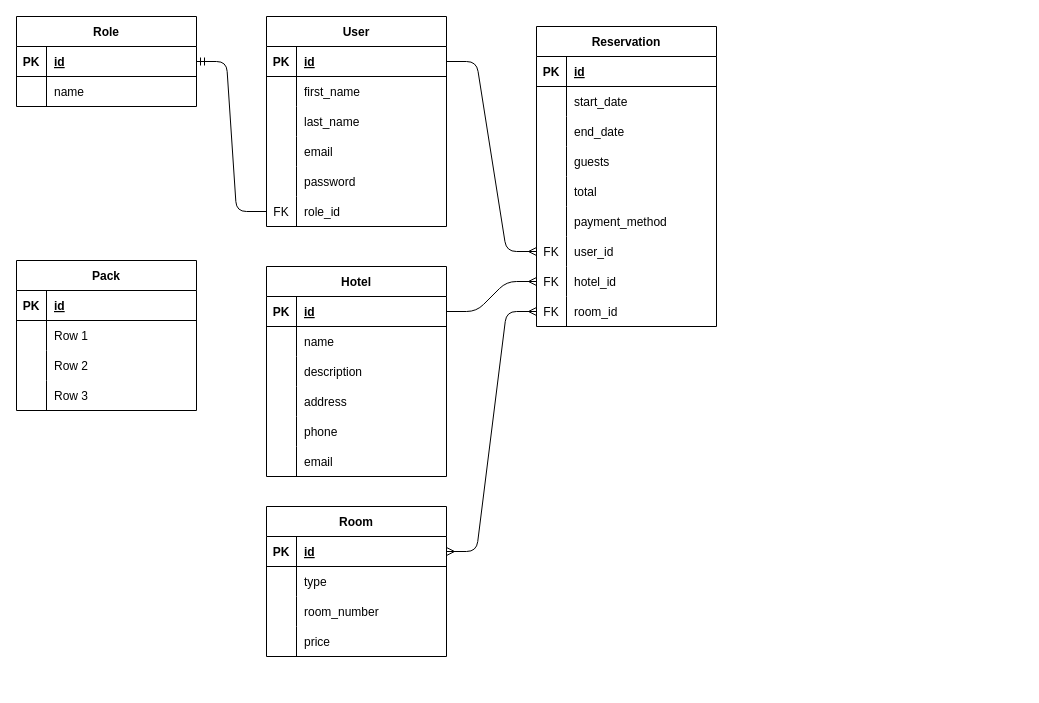
This is backend/src/database/diagrama-er.dio from agomezjuan/digital-booking, a draw.io file, before an edit. Source tidied: cells renumbered, new cells numbered last; positions are measured from the earlier drawing's top-left corner, leaving out a move shared by most shapes. Both pictures are drawn from the tidied source at 100%, with x=0, y=0 at pixel (16, 16).
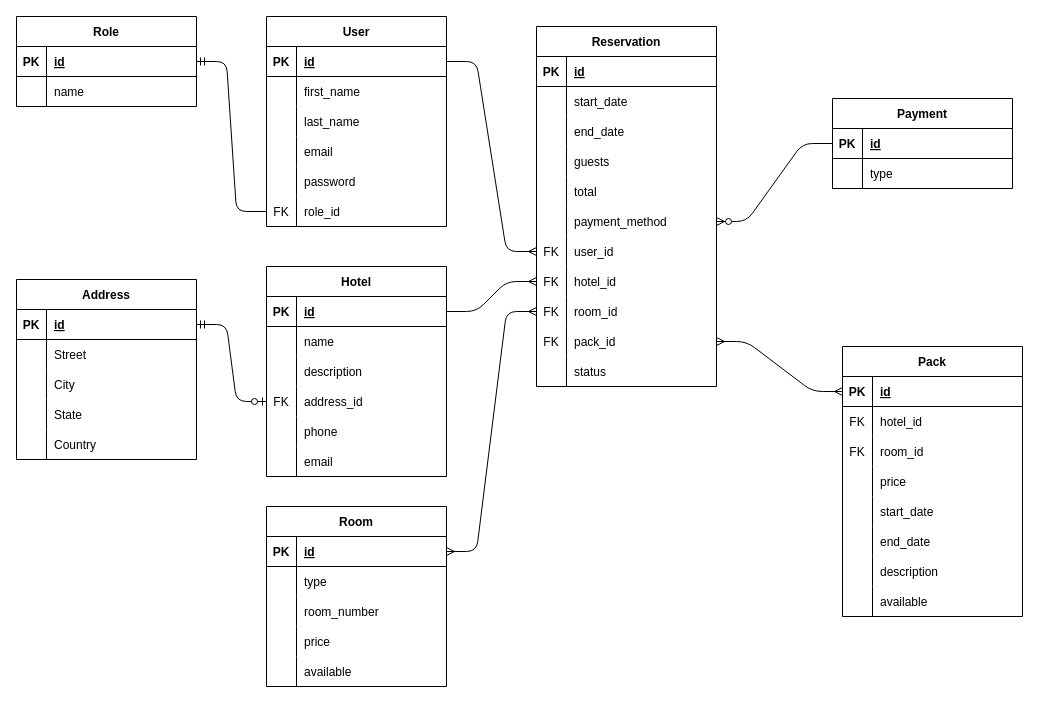
Above is the later version.

Unchanged cells that the change refers to:
```xml
<mxCell id="39" style="shape=tableRow;horizontal=0;startSize=0;swimlaneHead=0;swimlaneBody=0;fillColor=none;points=[[0,0.5],[1,0.5]];portConstraint=eastwest;top=0;left=0;right=0;bottom=0;" parent="29" vertex="1">
  <mxGeometry y="120" width="180" height="30" as="geometry" />
</mxCell>
<mxCell id="65" style="shape=tableRow;horizontal=0;startSize=0;swimlaneHead=0;swimlaneBody=0;fillColor=none;points=[[0,0.5],[1,0.5]];portConstraint=eastwest;top=0;left=0;right=0;bottom=0;" parent="48" vertex="1">
  <mxGeometry y="180" width="180" height="30" as="geometry" />
</mxCell>
<mxCell id="94" style="shape=tableRow;horizontal=0;startSize=0;swimlaneHead=0;swimlaneBody=0;fillColor=none;points=[[0,0.5],[1,0.5]];portConstraint=eastwest;top=0;left=0;right=0;bottom=1;" parent="93" vertex="1">
  <mxGeometry y="30" width="180" height="30" as="geometry" />
</mxCell>
```

The edit, as a diff of the source:
```diff
@@
-    <mxCell id="40" style="shape=partialRectangle;fillColor=none;top=0;left=0;bottom=0;right=0;overflow=hidden;" parent="39" vertex="1">
+    <mxCell id="40" value="FK" style="shape=partialRectangle;fillColor=none;top=0;left=0;bottom=0;right=0;overflow=hidden;" parent="39" vertex="1">
       <mxGeometry width="30" height="30" as="geometry" />
     </mxCell>
-    <mxCell id="41" value="address" style="shape=partialRectangle;fillColor=none;top=0;left=0;bottom=0;right=0;align=left;spacingLeft=6;overflow=hidden;" parent="39" vertex="1">
+    <mxCell id="41" value="address_id" style="shape=partialRectangle;fillColor=none;top=0;left=0;bottom=0;right=0;align=left;spacingLeft=6;overflow=hidden;" parent="39" vertex="1">
       <mxGeometry x="30" width="150" height="30" as="geometry" />
     </mxCell>
@@
     <mxCell id="48" value="Reservation" style="shape=table;startSize=30;childLayout=tableLayout;rowLines=0;fontStyle=1;align=center;" parent="1" vertex="1">
-      <mxGeometry x="520" y="10" width="180" height="300" as="geometry" />
+      <mxGeometry x="520" y="10" width="180" height="360" as="geometry" />
     </mxCell>
@@
+    <mxCell id="106" style="shape=tableRow;horizontal=0;startSize=0;swimlaneHead=0;swimlaneBody=0;fillColor=none;points=[[0,0.5],[1,0.5]];portConstraint=eastwest;top=0;left=0;right=0;bottom=0;" parent="48" vertex="1">
+      <mxGeometry y="300" width="180" height="30" as="geometry" />
+    </mxCell>
+    <mxCell id="107" value="FK" style="shape=partialRectangle;fillColor=none;top=0;left=0;bottom=0;right=0;overflow=hidden;" parent="106" vertex="1">
+      <mxGeometry width="30" height="30" as="geometry" />
+    </mxCell>
+    <mxCell id="108" value="pack_id" style="shape=partialRectangle;fillColor=none;top=0;left=0;bottom=0;right=0;align=left;spacingLeft=6;overflow=hidden;" parent="106" vertex="1">
+      <mxGeometry x="30" width="150" height="30" as="geometry" />
+    </mxCell>
+    <mxCell id="109" style="shape=tableRow;horizontal=0;startSize=0;swimlaneHead=0;swimlaneBody=0;fillColor=none;top=0;left=0;right=0;bottom=0;" parent="48" vertex="1">
+      <mxGeometry y="330" width="180" height="30" as="geometry" />
+    </mxCell>
+    <mxCell id="110" style="shape=partialRectangle;fillColor=none;top=0;left=0;bottom=0;right=0;overflow=hidden;" parent="109" vertex="1">
+      <mxGeometry width="30" height="30" as="geometry" />
+    </mxCell>
+    <mxCell id="111" value="status" style="shape=partialRectangle;fillColor=none;top=0;left=0;bottom=0;right=0;align=left;spacingLeft=6;overflow=hidden;" parent="109" vertex="1">
+      <mxGeometry x="30" width="150" height="30" as="geometry" />
+    </mxCell>
     <mxCell id="77" value="Room" style="shape=table;startSize=30;childLayout=tableLayout;rowLines=0;fontStyle=1;align=center;" parent="1" vertex="1">
-      <mxGeometry x="250" y="490" width="180" height="150" as="geometry" />
+      <mxGeometry x="250" y="490" width="180" height="180" as="geometry" />
     </mxCell>
@@
+    <mxCell id="112" style="shape=tableRow;horizontal=0;startSize=0;swimlaneHead=0;swimlaneBody=0;fillColor=none;top=0;left=0;right=0;bottom=0;" parent="77" vertex="1">
+      <mxGeometry y="150" width="180" height="30" as="geometry" />
+    </mxCell>
+    <mxCell id="113" style="shape=partialRectangle;fillColor=none;top=0;left=0;bottom=0;right=0;overflow=hidden;" parent="112" vertex="1">
+      <mxGeometry width="30" height="30" as="geometry" />
+    </mxCell>
+    <mxCell id="114" value="available" style="shape=partialRectangle;fillColor=none;top=0;left=0;bottom=0;right=0;align=left;spacingLeft=6;overflow=hidden;" parent="112" vertex="1">
+      <mxGeometry x="30" width="150" height="30" as="geometry" />
+    </mxCell>
@@
     <mxCell id="93" value="Pack" style="shape=table;startSize=30;childLayout=tableLayout;rowLines=0;fontStyle=1;align=center;" parent="1" vertex="1">
-      <mxGeometry y="244" width="180" height="150" as="geometry" />
+      <mxGeometry x="826" y="330" width="180" height="270" as="geometry" />
     </mxCell>
@@
-    <mxCell id="97" style="shape=tableRow;horizontal=0;startSize=0;swimlaneHead=0;swimlaneBody=0;fillColor=none;top=0;left=0;right=0;bottom=0;" parent="93" vertex="1">
-      <mxGeometry y="60" width="180" height="30" as="geometry" />
-    </mxCell>
-    <mxCell id="98" style="shape=partialRectangle;fillColor=none;top=0;left=0;bottom=0;right=0;overflow=hidden;" parent="97" vertex="1">
-      <mxGeometry width="30" height="30" as="geometry" />
-    </mxCell>
-    <mxCell id="99" value="Row 1" style="shape=partialRectangle;fillColor=none;top=0;left=0;bottom=0;right=0;align=left;spacingLeft=6;overflow=hidden;" parent="97" vertex="1">
-      <mxGeometry x="30" width="150" height="30" as="geometry" />
-    </mxCell>
     <mxCell id="100" style="shape=tableRow;horizontal=0;startSize=0;swimlaneHead=0;swimlaneBody=0;fillColor=none;top=0;left=0;right=0;bottom=0;" parent="93" vertex="1">
-      <mxGeometry y="90" width="180" height="30" as="geometry" />
+      <mxGeometry y="60" width="180" height="30" as="geometry" />
     </mxCell>
-    <mxCell id="101" style="shape=partialRectangle;fillColor=none;top=0;left=0;bottom=0;right=0;overflow=hidden;" parent="100" vertex="1">
+    <mxCell id="101" value="FK" style="shape=partialRectangle;fillColor=none;top=0;left=0;bottom=0;right=0;overflow=hidden;" parent="100" vertex="1">
       <mxGeometry width="30" height="30" as="geometry" />
     </mxCell>
-    <mxCell id="102" value="Row 2" style="shape=partialRectangle;fillColor=none;top=0;left=0;bottom=0;right=0;align=left;spacingLeft=6;overflow=hidden;" parent="100" vertex="1">
+    <mxCell id="102" value="hotel_id" style="shape=partialRectangle;fillColor=none;top=0;left=0;bottom=0;right=0;align=left;spacingLeft=6;overflow=hidden;" parent="100" vertex="1">
       <mxGeometry x="30" width="150" height="30" as="geometry" />
     </mxCell>
     <mxCell id="103" style="shape=tableRow;horizontal=0;startSize=0;swimlaneHead=0;swimlaneBody=0;fillColor=none;top=0;left=0;right=0;bottom=0;" parent="93" vertex="1">
-      <mxGeometry y="120" width="180" height="30" as="geometry" />
+      <mxGeometry y="90" width="180" height="30" as="geometry" />
     </mxCell>
-    <mxCell id="104" style="shape=partialRectangle;fillColor=none;top=0;left=0;bottom=0;right=0;overflow=hidden;" parent="103" vertex="1">
+    <mxCell id="104" value="FK" style="shape=partialRectangle;fillColor=none;top=0;left=0;bottom=0;right=0;overflow=hidden;" parent="103" vertex="1">
       <mxGeometry width="30" height="30" as="geometry" />
     </mxCell>
-    <mxCell id="105" value="Row 3" style="shape=partialRectangle;fillColor=none;top=0;left=0;bottom=0;right=0;align=left;spacingLeft=6;overflow=hidden;" parent="103" vertex="1">
+    <mxCell id="105" value="room_id" style="shape=partialRectangle;fillColor=none;top=0;left=0;bottom=0;right=0;align=left;spacingLeft=6;overflow=hidden;" parent="103" vertex="1">
       <mxGeometry x="30" width="150" height="30" as="geometry" />
     </mxCell>
+    <mxCell id="115" style="shape=tableRow;horizontal=0;startSize=0;swimlaneHead=0;swimlaneBody=0;fillColor=none;top=0;left=0;right=0;bottom=0;" parent="93" vertex="1">
+      <mxGeometry y="120" width="180" height="30" as="geometry" />
+    </mxCell>
+    <mxCell id="116" style="shape=partialRectangle;fillColor=none;top=0;left=0;bottom=0;right=0;overflow=hidden;" parent="115" vertex="1">
+      <mxGeometry width="30" height="30" as="geometry" />
+    </mxCell>
+    <mxCell id="117" value="price" style="shape=partialRectangle;fillColor=none;top=0;left=0;bottom=0;right=0;align=left;spacingLeft=6;overflow=hidden;" parent="115" vertex="1">
+      <mxGeometry x="30" width="150" height="30" as="geometry" />
+    </mxCell>
+    <mxCell id="118" style="shape=tableRow;horizontal=0;startSize=0;swimlaneHead=0;swimlaneBody=0;fillColor=none;top=0;left=0;right=0;bottom=0;" parent="93" vertex="1">
+      <mxGeometry y="150" width="180" height="30" as="geometry" />
+    </mxCell>
+    <mxCell id="119" style="shape=partialRectangle;fillColor=none;top=0;left=0;bottom=0;right=0;overflow=hidden;" parent="118" vertex="1">
+      <mxGeometry width="30" height="30" as="geometry" />
+    </mxCell>
+    <mxCell id="120" value="start_date" style="shape=partialRectangle;fillColor=none;top=0;left=0;bottom=0;right=0;align=left;spacingLeft=6;overflow=hidden;" parent="118" vertex="1">
+      <mxGeometry x="30" width="150" height="30" as="geometry" />
+    </mxCell>
+    <mxCell id="121" style="shape=tableRow;horizontal=0;startSize=0;swimlaneHead=0;swimlaneBody=0;fillColor=none;top=0;left=0;right=0;bottom=0;" parent="93" vertex="1">
+      <mxGeometry y="180" width="180" height="30" as="geometry" />
+    </mxCell>
+    <mxCell id="122" style="shape=partialRectangle;fillColor=none;top=0;left=0;bottom=0;right=0;overflow=hidden;" parent="121" vertex="1">
+      <mxGeometry width="30" height="30" as="geometry" />
+    </mxCell>
+    <mxCell id="123" value="end_date" style="shape=partialRectangle;fillColor=none;top=0;left=0;bottom=0;right=0;align=left;spacingLeft=6;overflow=hidden;" parent="121" vertex="1">
+      <mxGeometry x="30" width="150" height="30" as="geometry" />
+    </mxCell>
+    <mxCell id="124" style="shape=tableRow;horizontal=0;startSize=0;swimlaneHead=0;swimlaneBody=0;fillColor=none;top=0;left=0;right=0;bottom=0;" parent="93" vertex="1">
+      <mxGeometry y="210" width="180" height="30" as="geometry" />
+    </mxCell>
+    <mxCell id="125" style="shape=partialRectangle;fillColor=none;top=0;left=0;bottom=0;right=0;overflow=hidden;" parent="124" vertex="1">
+      <mxGeometry width="30" height="30" as="geometry" />
+    </mxCell>
+    <mxCell id="126" value="description" style="shape=partialRectangle;fillColor=none;top=0;left=0;bottom=0;right=0;align=left;spacingLeft=6;overflow=hidden;" parent="124" vertex="1">
+      <mxGeometry x="30" width="150" height="30" as="geometry" />
+    </mxCell>
+    <mxCell id="127" style="shape=tableRow;horizontal=0;startSize=0;swimlaneHead=0;swimlaneBody=0;fillColor=none;top=0;left=0;right=0;bottom=0;" parent="93" vertex="1">
+      <mxGeometry y="240" width="180" height="30" as="geometry" />
+    </mxCell>
+    <mxCell id="128" style="shape=partialRectangle;fillColor=none;top=0;left=0;bottom=0;right=0;overflow=hidden;" parent="127" vertex="1">
+      <mxGeometry width="30" height="30" as="geometry" />
+    </mxCell>
+    <mxCell id="129" value="available" style="shape=partialRectangle;fillColor=none;top=0;left=0;bottom=0;right=0;align=left;spacingLeft=6;overflow=hidden;" parent="127" vertex="1">
+      <mxGeometry x="30" width="150" height="30" as="geometry" />
+    </mxCell>
+    <mxCell id="130" value="Payment" style="shape=table;startSize=30;childLayout=tableLayout;rowLines=0;fontStyle=1;align=center;" parent="1" vertex="1">
+      <mxGeometry x="816" y="82" width="180" height="90" as="geometry" />
+    </mxCell>
+    <mxCell id="131" style="shape=tableRow;horizontal=0;startSize=0;swimlaneHead=0;swimlaneBody=0;fillColor=none;points=[[0,0.5],[1,0.5]];portConstraint=eastwest;top=0;left=0;right=0;bottom=1;" parent="130" vertex="1">
+      <mxGeometry y="30" width="180" height="30" as="geometry" />
+    </mxCell>
+    <mxCell id="132" value="PK" style="shape=partialRectangle;fillColor=none;top=0;left=0;bottom=0;right=0;fontStyle=1;overflow=hidden;" parent="131" vertex="1">
+      <mxGeometry width="30" height="30" as="geometry" />
+    </mxCell>
+    <mxCell id="133" value="id" style="shape=partialRectangle;fillColor=none;top=0;left=0;bottom=0;right=0;align=left;spacingLeft=6;fontStyle=5;overflow=hidden;" parent="131" vertex="1">
+      <mxGeometry x="30" width="150" height="30" as="geometry" />
+    </mxCell>
+    <mxCell id="134" style="shape=tableRow;horizontal=0;startSize=0;swimlaneHead=0;swimlaneBody=0;fillColor=none;top=0;left=0;right=0;bottom=0;" parent="130" vertex="1">
+      <mxGeometry y="60" width="180" height="30" as="geometry" />
+    </mxCell>
+    <mxCell id="135" style="shape=partialRectangle;fillColor=none;top=0;left=0;bottom=0;right=0;overflow=hidden;" parent="134" vertex="1">
+      <mxGeometry width="30" height="30" as="geometry" />
+    </mxCell>
+    <mxCell id="136" value="type" style="shape=partialRectangle;fillColor=none;top=0;left=0;bottom=0;right=0;align=left;spacingLeft=6;overflow=hidden;" parent="134" vertex="1">
+      <mxGeometry x="30" width="150" height="30" as="geometry" />
+    </mxCell>
+    <mxCell id="137" value="Address" style="shape=table;startSize=30;childLayout=tableLayout;rowLines=0;fontStyle=1;align=center;" parent="1" vertex="1">
+      <mxGeometry y="263" width="180" height="180" as="geometry" />
+    </mxCell>
+    <mxCell id="138" style="shape=tableRow;horizontal=0;startSize=0;swimlaneHead=0;swimlaneBody=0;fillColor=none;points=[[0,0.5],[1,0.5]];portConstraint=eastwest;top=0;left=0;right=0;bottom=1;" parent="137" vertex="1">
+      <mxGeometry y="30" width="180" height="30" as="geometry" />
+    </mxCell>
+    <mxCell id="139" value="PK" style="shape=partialRectangle;fillColor=none;top=0;left=0;bottom=0;right=0;fontStyle=1;overflow=hidden;" parent="138" vertex="1">
+      <mxGeometry width="30" height="30" as="geometry" />
+    </mxCell>
+    <mxCell id="140" value="id" style="shape=partialRectangle;fillColor=none;top=0;left=0;bottom=0;right=0;align=left;spacingLeft=6;fontStyle=5;overflow=hidden;" parent="138" vertex="1">
+      <mxGeometry x="30" width="150" height="30" as="geometry" />
+    </mxCell>
+    <mxCell id="141" style="shape=tableRow;horizontal=0;startSize=0;swimlaneHead=0;swimlaneBody=0;fillColor=none;top=0;left=0;right=0;bottom=0;" parent="137" vertex="1">
+      <mxGeometry y="60" width="180" height="30" as="geometry" />
+    </mxCell>
+    <mxCell id="142" style="shape=partialRectangle;fillColor=none;top=0;left=0;bottom=0;right=0;overflow=hidden;" parent="141" vertex="1">
+      <mxGeometry width="30" height="30" as="geometry" />
+    </mxCell>
+    <mxCell id="143" value="Street" style="shape=partialRectangle;fillColor=none;top=0;left=0;bottom=0;right=0;align=left;spacingLeft=6;overflow=hidden;" parent="141" vertex="1">
+      <mxGeometry x="30" width="150" height="30" as="geometry" />
+    </mxCell>
+    <mxCell id="144" style="shape=tableRow;horizontal=0;startSize=0;swimlaneHead=0;swimlaneBody=0;fillColor=none;top=0;left=0;right=0;bottom=0;" parent="137" vertex="1">
+      <mxGeometry y="90" width="180" height="30" as="geometry" />
+    </mxCell>
+    <mxCell id="145" style="shape=partialRectangle;fillColor=none;top=0;left=0;bottom=0;right=0;overflow=hidden;" parent="144" vertex="1">
+      <mxGeometry width="30" height="30" as="geometry" />
+    </mxCell>
+    <mxCell id="146" value="City" style="shape=partialRectangle;fillColor=none;top=0;left=0;bottom=0;right=0;align=left;spacingLeft=6;overflow=hidden;" parent="144" vertex="1">
+      <mxGeometry x="30" width="150" height="30" as="geometry" />
+    </mxCell>
+    <mxCell id="147" style="shape=tableRow;horizontal=0;startSize=0;swimlaneHead=0;swimlaneBody=0;fillColor=none;top=0;left=0;right=0;bottom=0;" parent="137" vertex="1">
+      <mxGeometry y="120" width="180" height="30" as="geometry" />
+    </mxCell>
+    <mxCell id="148" style="shape=partialRectangle;fillColor=none;top=0;left=0;bottom=0;right=0;overflow=hidden;" parent="147" vertex="1">
+      <mxGeometry width="30" height="30" as="geometry" />
+    </mxCell>
+    <mxCell id="149" value="State" style="shape=partialRectangle;fillColor=none;top=0;left=0;bottom=0;right=0;align=left;spacingLeft=6;overflow=hidden;" parent="147" vertex="1">
+      <mxGeometry x="30" width="150" height="30" as="geometry" />
+    </mxCell>
+    <mxCell id="150" style="shape=tableRow;horizontal=0;startSize=0;swimlaneHead=0;swimlaneBody=0;fillColor=none;top=0;left=0;right=0;bottom=0;" parent="137" vertex="1">
+      <mxGeometry y="150" width="180" height="30" as="geometry" />
+    </mxCell>
+    <mxCell id="151" style="shape=partialRectangle;fillColor=none;top=0;left=0;bottom=0;right=0;overflow=hidden;" parent="150" vertex="1">
+      <mxGeometry width="30" height="30" as="geometry" />
+    </mxCell>
+    <mxCell id="152" value="Country" style="shape=partialRectangle;fillColor=none;top=0;left=0;bottom=0;right=0;align=left;spacingLeft=6;overflow=hidden;" parent="150" vertex="1">
+      <mxGeometry x="30" width="150" height="30" as="geometry" />
+    </mxCell>
+    <mxCell id="153" style="edgeStyle=entityRelationEdgeStyle;fontSize=12;html=1;endArrow=ERzeroToOne;startArrow=ERmandOne;entryX=0;entryY=0.5;entryDx=0;entryDy=0;exitX=1;exitY=0.5;exitDx=0;exitDy=0;" parent="1" edge="1" source="138" target="39">
+      <mxGeometry relative="1" as="geometry" />
+    </mxCell>
+    <mxCell id="154" style="edgeStyle=entityRelationEdgeStyle;fontSize=12;html=1;endArrow=ERzeroToMany;endFill=1;exitX=0;exitY=0.5;exitDx=0;exitDy=0;entryX=1;entryY=0.5;entryDx=0;entryDy=0;" parent="1" edge="1" source="131" target="65">
+      <mxGeometry relative="1" as="geometry" />
+    </mxCell>
+    <mxCell id="155" style="edgeStyle=entityRelationEdgeStyle;fontSize=12;html=1;endArrow=ERmany;startArrow=ERmany;entryX=0;entryY=0.5;entryDx=0;entryDy=0;exitX=1;exitY=0.5;exitDx=0;exitDy=0;" parent="1" edge="1" source="106" target="94">
+      <mxGeometry relative="1" as="geometry" />
+    </mxCell>
```
